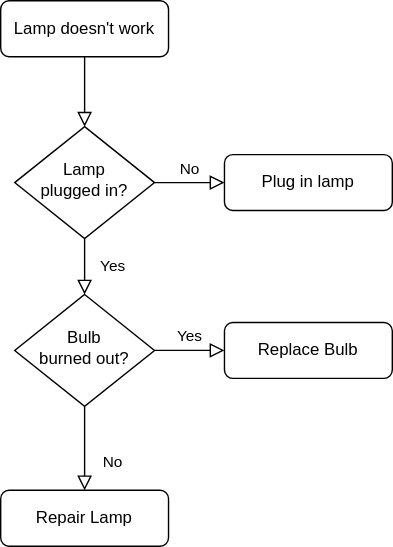
This is 未命名绘图.drawio.svg from 1171229771/draw, a draw.io export, as it was before one commit. Source tidied: cells renumbered, new cells last; positions are measured from the earlier drawing's top-left corner, leaving out a move shared by most shapes. The source it was exported from:
```xml
<mxGraphModel>
  <root>
    <mxCell id="0" />
    <mxCell id="1" parent="0" />
    <mxCell id="2" style="rounded=0;html=1;jettySize=auto;fontSize=11;endArrow=block;endFill=0;endSize=8;strokeWidth=1;shadow=0;labelBackgroundColor=none;edgeStyle=orthogonalEdgeStyle;" parent="1" edge="1" source="3" target="6">
      <mxGeometry relative="1" as="geometry" />
    </mxCell>
    <mxCell id="3" value="Lamp doesn't work" style="rounded=1;whiteSpace=wrap;html=1;fontSize=12;glass=0;strokeWidth=1;shadow=0;" parent="1" vertex="1">
      <mxGeometry width="120" height="40" as="geometry" />
    </mxCell>
    <mxCell id="4" value="Yes" style="rounded=0;html=1;jettySize=auto;fontSize=11;endArrow=block;endFill=0;endSize=8;strokeWidth=1;shadow=0;labelBackgroundColor=none;edgeStyle=orthogonalEdgeStyle;" parent="1" edge="1" source="6" target="10">
      <mxGeometry y="20" relative="1" as="geometry" />
    </mxCell>
    <mxCell id="5" value="No" style="edgeStyle=orthogonalEdgeStyle;rounded=0;html=1;jettySize=auto;fontSize=11;endArrow=block;endFill=0;endSize=8;strokeWidth=1;shadow=0;labelBackgroundColor=none;" parent="1" edge="1" source="6" target="7">
      <mxGeometry y="10" relative="1" as="geometry" />
    </mxCell>
    <mxCell id="6" value="Lamp&lt;br&gt;plugged in?" style="rhombus;whiteSpace=wrap;html=1;shadow=0;fontFamily=Helvetica;fontSize=12;align=center;strokeWidth=1;spacing=6;spacingTop=-4;" parent="1" vertex="1">
      <mxGeometry x="10" y="90" width="100" height="80" as="geometry" />
    </mxCell>
    <mxCell id="7" value="Plug in lamp" style="rounded=1;whiteSpace=wrap;html=1;fontSize=12;glass=0;strokeWidth=1;shadow=0;" parent="1" vertex="1">
      <mxGeometry x="160" y="110" width="120" height="40" as="geometry" />
    </mxCell>
    <mxCell id="8" value="No" style="rounded=0;html=1;jettySize=auto;fontSize=11;endArrow=block;endFill=0;endSize=8;strokeWidth=1;shadow=0;labelBackgroundColor=none;edgeStyle=orthogonalEdgeStyle;" parent="1" edge="1" source="10" target="11">
      <mxGeometry x="0.33" y="20" relative="1" as="geometry" />
    </mxCell>
    <mxCell id="9" value="Yes" style="edgeStyle=orthogonalEdgeStyle;rounded=0;html=1;jettySize=auto;fontSize=11;endArrow=block;endFill=0;endSize=8;strokeWidth=1;shadow=0;labelBackgroundColor=none;" parent="1" edge="1" source="10" target="12">
      <mxGeometry y="10" relative="1" as="geometry" />
    </mxCell>
    <mxCell id="10" value="Bulb&lt;br&gt;burned out?" style="rhombus;whiteSpace=wrap;html=1;shadow=0;fontFamily=Helvetica;fontSize=12;align=center;strokeWidth=1;spacing=6;spacingTop=-4;" parent="1" vertex="1">
      <mxGeometry x="10" y="210" width="100" height="80" as="geometry" />
    </mxCell>
    <mxCell id="11" value="Repair Lamp" style="rounded=1;whiteSpace=wrap;html=1;fontSize=12;glass=0;strokeWidth=1;shadow=0;" parent="1" vertex="1">
      <mxGeometry y="350" width="120" height="40" as="geometry" />
    </mxCell>
    <mxCell id="12" value="Replace Bulb" style="rounded=1;whiteSpace=wrap;html=1;fontSize=12;glass=0;strokeWidth=1;shadow=0;" parent="1" vertex="1">
      <mxGeometry x="160" y="230" width="120" height="40" as="geometry" />
    </mxCell>
  </root>
</mxGraphModel>
```
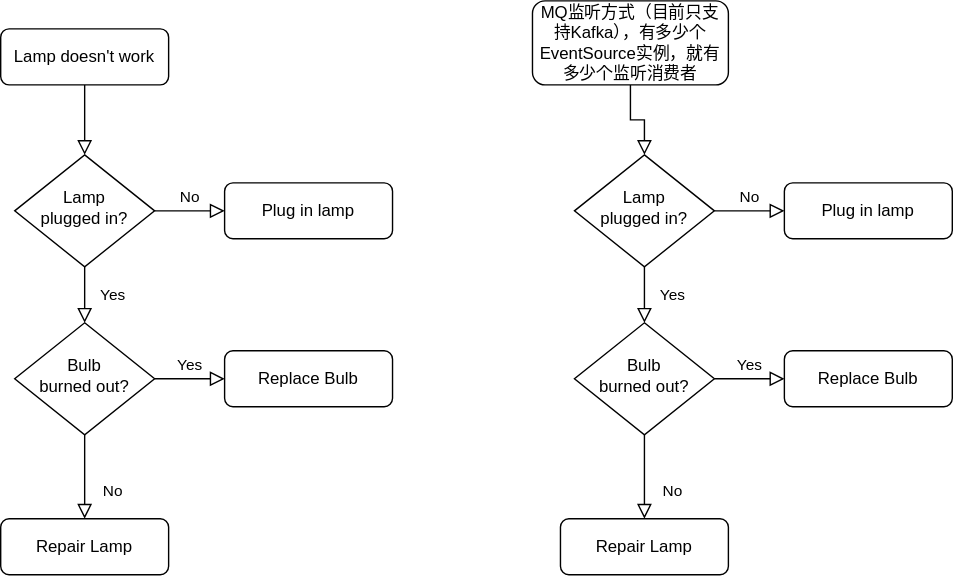
Later version of the same file.

What changed in the source:
```diff
@@ -35,5 +35,38 @@
     <mxCell id="12" value="Replace Bulb" style="rounded=1;whiteSpace=wrap;html=1;fontSize=12;glass=0;strokeWidth=1;shadow=0;" parent="1" vertex="1">
       <mxGeometry x="160" y="230" width="120" height="40" as="geometry" />
     </mxCell>
+    <mxCell id="13" style="rounded=0;html=1;jettySize=auto;fontSize=11;endArrow=block;endFill=0;endSize=8;strokeWidth=1;shadow=0;labelBackgroundColor=none;edgeStyle=orthogonalEdgeStyle;" parent="1" edge="1" source="14" target="17">
+      <mxGeometry relative="1" as="geometry" />
+    </mxCell>
+    <mxCell id="14" value="MQ监听方式（目前只支持Kafka），有多少个EventSource实例，就有多少个监听消费者" style="rounded=1;whiteSpace=wrap;html=1;fontSize=12;glass=0;strokeWidth=1;shadow=0;" parent="1" vertex="1">
+      <mxGeometry x="380" y="-20" width="140" height="60" as="geometry" />
+    </mxCell>
+    <mxCell id="15" value="Yes" style="rounded=0;html=1;jettySize=auto;fontSize=11;endArrow=block;endFill=0;endSize=8;strokeWidth=1;shadow=0;labelBackgroundColor=none;edgeStyle=orthogonalEdgeStyle;" parent="1" edge="1" source="17" target="21">
+      <mxGeometry y="20" relative="1" as="geometry" />
+    </mxCell>
+    <mxCell id="16" value="No" style="edgeStyle=orthogonalEdgeStyle;rounded=0;html=1;jettySize=auto;fontSize=11;endArrow=block;endFill=0;endSize=8;strokeWidth=1;shadow=0;labelBackgroundColor=none;" parent="1" edge="1" source="17" target="18">
+      <mxGeometry y="10" relative="1" as="geometry" />
+    </mxCell>
+    <mxCell id="17" value="Lamp&lt;br&gt;plugged in?" style="rhombus;whiteSpace=wrap;html=1;shadow=0;fontFamily=Helvetica;fontSize=12;align=center;strokeWidth=1;spacing=6;spacingTop=-4;" parent="1" vertex="1">
+      <mxGeometry x="410" y="90" width="100" height="80" as="geometry" />
+    </mxCell>
+    <mxCell id="18" value="Plug in lamp" style="rounded=1;whiteSpace=wrap;html=1;fontSize=12;glass=0;strokeWidth=1;shadow=0;" parent="1" vertex="1">
+      <mxGeometry x="560" y="110" width="120" height="40" as="geometry" />
+    </mxCell>
+    <mxCell id="19" value="No" style="rounded=0;html=1;jettySize=auto;fontSize=11;endArrow=block;endFill=0;endSize=8;strokeWidth=1;shadow=0;labelBackgroundColor=none;edgeStyle=orthogonalEdgeStyle;" parent="1" edge="1" source="21" target="22">
+      <mxGeometry x="0.33" y="20" relative="1" as="geometry" />
+    </mxCell>
+    <mxCell id="20" value="Yes" style="edgeStyle=orthogonalEdgeStyle;rounded=0;html=1;jettySize=auto;fontSize=11;endArrow=block;endFill=0;endSize=8;strokeWidth=1;shadow=0;labelBackgroundColor=none;" parent="1" edge="1" source="21" target="23">
+      <mxGeometry y="10" relative="1" as="geometry" />
+    </mxCell>
+    <mxCell id="21" value="Bulb&lt;br&gt;burned out?" style="rhombus;whiteSpace=wrap;html=1;shadow=0;fontFamily=Helvetica;fontSize=12;align=center;strokeWidth=1;spacing=6;spacingTop=-4;" parent="1" vertex="1">
+      <mxGeometry x="410" y="210" width="100" height="80" as="geometry" />
+    </mxCell>
+    <mxCell id="22" value="Repair Lamp" style="rounded=1;whiteSpace=wrap;html=1;fontSize=12;glass=0;strokeWidth=1;shadow=0;" parent="1" vertex="1">
+      <mxGeometry x="400" y="350" width="120" height="40" as="geometry" />
+    </mxCell>
+    <mxCell id="23" value="Replace Bulb" style="rounded=1;whiteSpace=wrap;html=1;fontSize=12;glass=0;strokeWidth=1;shadow=0;" parent="1" vertex="1">
+      <mxGeometry x="560" y="230" width="120" height="40" as="geometry" />
+    </mxCell>
   </root>
 </mxGraphModel>
```
